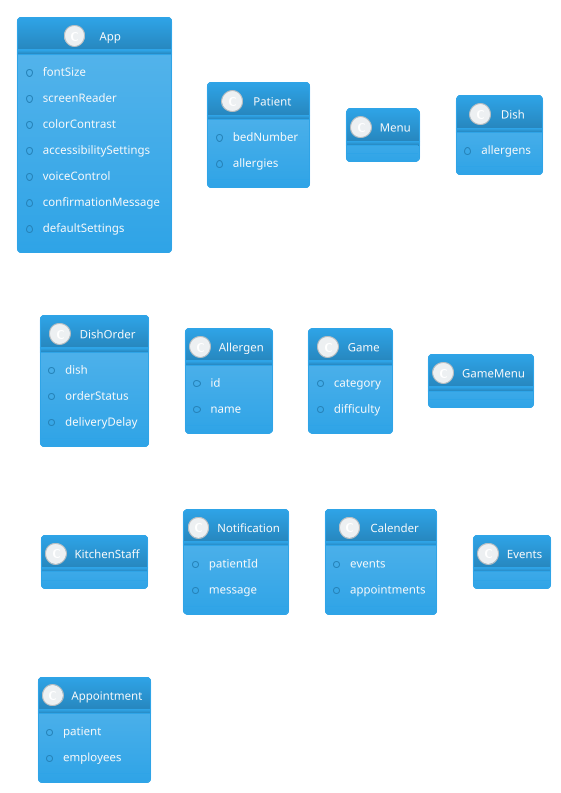
Oskar123456/SYSDAT-F25-TEAM-G keeps this PlantUML diagram as puml/class-diagram.png. Above is the earlier version. Its diagram source:
```plantuml
@startuml
!theme cerulean
skinparam linetype ortho

class App {
    +fontSize
    +screenReader
    +colorContrast
    +accessibilitySettings
    +voiceControl
    +confirmationMessage
    +defaultSettings
}

class Patient {
    +bedNumber
    +allergies
}

class Menu {
}

class Dish {
    +allergens
}

class DishOrder {
    +dish
    +orderStatus
    +deliveryDelay
}

class Allergen {
    +id
    +name
}

class Game {
    +category
    +difficulty
}

class GameMenu {
}

class KitchenStaff {
}

class Notification {
    +patientId
    +message
}

class Calender {
    +events
    +appointments
}

class Events {

}

class Appointment {
    +patient
    +employees
}



@enduml
```
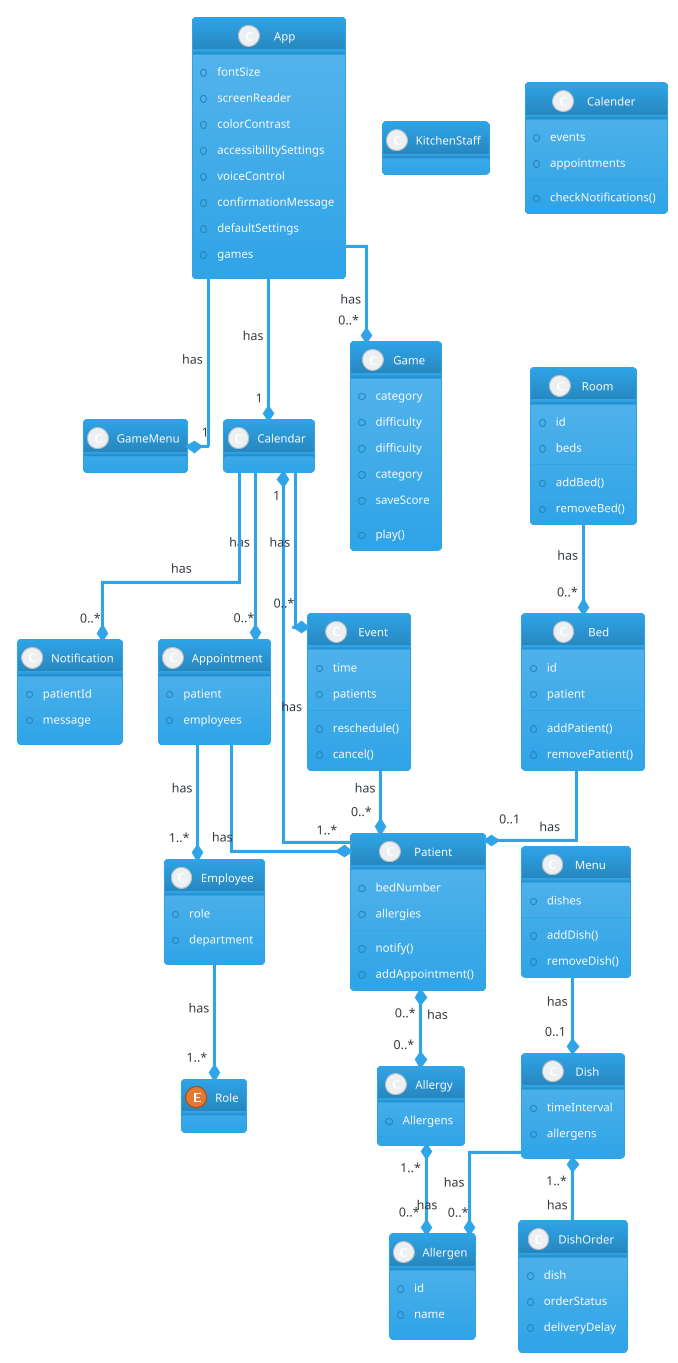
The same file after the commit.

Diff of the diagram source:
```diff
@@ -10,17 +10,24 @@
     +voiceControl
     +confirmationMessage
     +defaultSettings
+    +games
 }
 
 class Patient {
     +bedNumber
     +allergies
+    +notify()
+    +addAppointment()
 }
 
 class Menu {
+    +dishes
+    +addDish()
+    +removeDish()
 }
 
 class Dish {
+    +timeInterval
     +allergens
 }
 
@@ -28,6 +35,10 @@
     +dish
     +orderStatus
     +deliveryDelay
+}
+
+class Allergy {
+    +Allergens
 }
 
 class Allergen {
@@ -43,6 +54,13 @@
 class GameMenu {
 }
 
+class Game {
+    +difficulty
+    +category
+    +play()
+    +saveScore
+}
+
 class KitchenStaff {
 }
 
@@ -54,10 +72,14 @@
 class Calender {
     +events
     +appointments
+    +checkNotifications()
 }
 
-class Events {
-
+class Event {
+    +time
+    +patients
+    +reschedule()
+    +cancel()
 }
 
 class Appointment {
@@ -65,6 +87,46 @@
     +employees
 }
 
+class Employee {
+    +role
+    +department
+}
+
+class Room {
+    +id
+    +beds
+    +addBed()
+    +removeBed()
+}
+
+class Bed {
+    +id
+    +patient
+    +addPatient()
+    +removePatient()
+}
+
+enum Role
+
+
+App --* "1" GameMenu : has
+App --* "0..*" Game : has
+App --* "1" Calendar : has
+Patient --* "1" Calendar : has
+Patient "0..*" *--* "0..*" Allergy : has
+Allergy "1..*" *--* "0..*" Allergen : has
+Dish "1..*" *-- DishOrder : has
+Dish --* "0..*" Allergen : has
+Calendar --* "0..*" Appointment : has
+Calendar --* "0..*" Event : has
+Calendar --* "0..*" Notification : has
+Event --* "0..*" Patient : has
+Appointment --* "1..*" Patient : has
+Appointment --* "1..*" Employee : has
+Room --* "0..*" Bed : has
+Bed --* "0..1" Patient : has
+Menu --* "0..1" Dish : has
+Employee --* "1..*" Role : has
 
 
 @enduml
```
